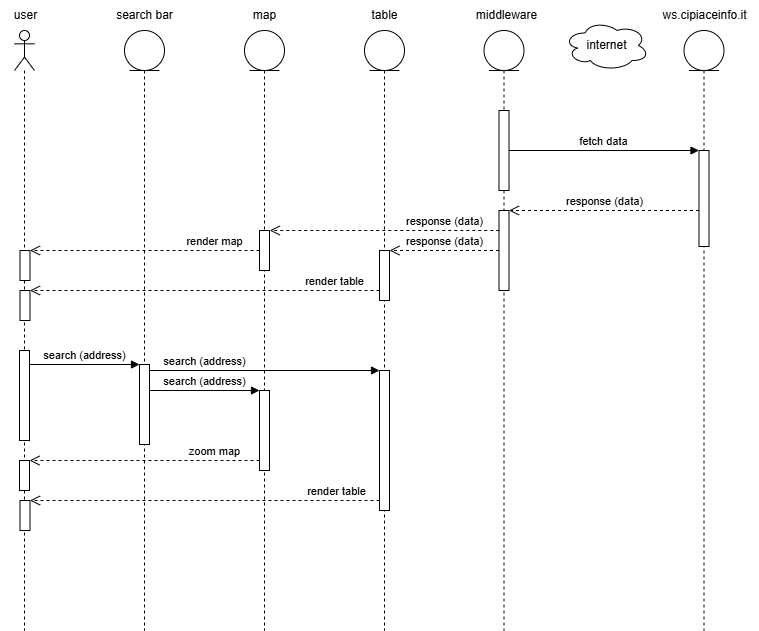
The draw.io diagram docs/UML/POI_sequenza_home_ricerca.png in Fix-22/5C_AvvedutoCecireCinquetti_POI, before a commit. Source tidied: cells renumbered, new cells last; positions are measured from the earlier drawing's top-left corner, leaving out a move shared by most shapes.
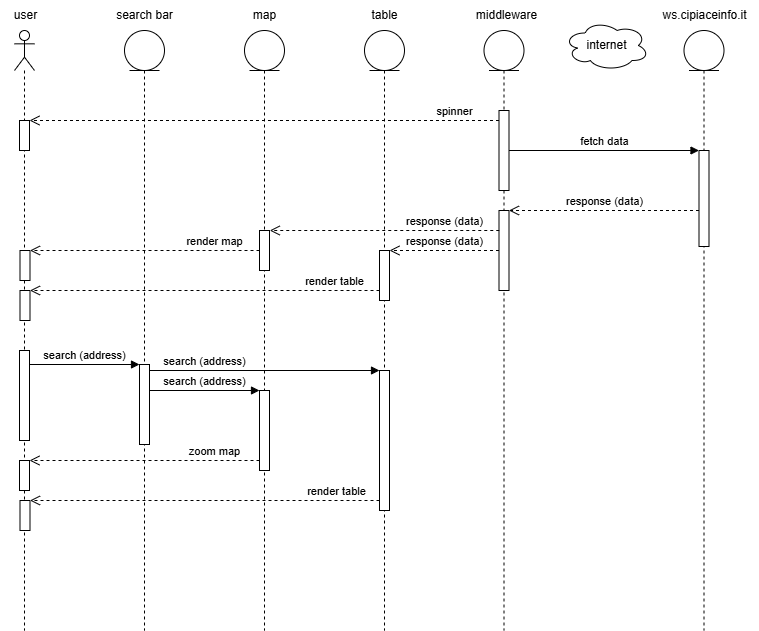
Later version of the same file.

Commit message:
agg doc uml

Change to the diagram source:
```diff
@@ -20,6 +20,9 @@
     <mxCell id="7" style="html=1;points=[[0,0,0,0,5],[0,1,0,0,-5],[1,0,0,0,5],[1,1,0,0,-5]];perimeter=orthogonalPerimeter;outlineConnect=0;targetShapes=umlLifeline;portConstraint=eastwest;newEdgeStyle={&quot;curved&quot;:0,&quot;rounded&quot;:0};" parent="2" vertex="1">
       <mxGeometry x="5.5" y="470" width="10" height="30" as="geometry" />
     </mxCell>
+    <mxCell id="39" style="html=1;points=[[0,0,0,0,5],[0,1,0,0,-5],[1,0,0,0,5],[1,1,0,0,-5]];perimeter=orthogonalPerimeter;outlineConnect=0;targetShapes=umlLifeline;portConstraint=eastwest;newEdgeStyle={&quot;curved&quot;:0,&quot;rounded&quot;:0};" parent="2" vertex="1">
+      <mxGeometry x="5" y="90" width="10" height="30" as="geometry" />
+    </mxCell>
     <mxCell id="8" style="shape=umlLifeline;perimeter=lifelinePerimeter;whiteSpace=wrap;html=1;newEdgeStyle={&quot;curved&quot;:0,&quot;rounded&quot;:0};participant=umlEntity;" parent="1" vertex="1">
       <mxGeometry x="244" y="30" width="40" height="600" as="geometry" />
     </mxCell>
@@ -128,5 +131,12 @@
     <mxCell id="38" value="render table" style="html=1;verticalAlign=bottom;endArrow=open;dashed=1;endSize=8;curved=0;rounded=0;" parent="1" edge="1" source="26" target="7">
       <mxGeometry x="-0.75" relative="1" as="geometry" />
     </mxCell>
+    <mxCell id="40" value="spinner" style="html=1;verticalAlign=bottom;endArrow=open;dashed=1;endSize=8;curved=0;rounded=0;" parent="1" edge="1" source="13" target="39">
+      <mxGeometry x="-0.81" relative="1" as="geometry">
+        <Array as="points">
+          <mxPoint x="434" y="120" />
+        </Array>
+      </mxGeometry>
+    </mxCell>
   </root>
 </mxGraphModel>
```
